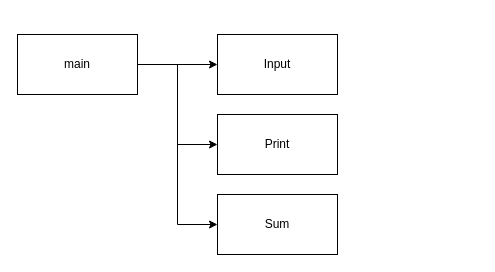
Before: Untitled Diagram.drawio in ZhurakovskyiArtem/lab_7.3i, a draw.io diagram. Source tidied: cells renumbered, new cells numbered last; positions are measured from the earlier drawing's top-left corner, leaving out a move shared by most shapes. Both pictures are drawn from the tidied source at 100%, with x=0, y=0 at pixel (17, 34).
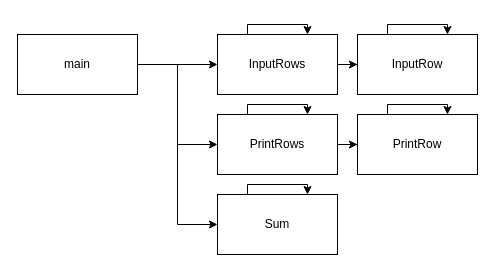
Above is the later version.

The change refers to these unchanged cells:
```xml
<mxCell id="2" value="Sum" style="rounded=0;whiteSpace=wrap;html=1;" parent="1" vertex="1">
  <mxGeometry x="200" y="160" width="120" height="60" as="geometry" />
</mxCell>
```

Diff of the diagram source:
```diff
@@
+    <mxCell id="9" style="edgeStyle=orthogonalEdgeStyle;rounded=0;jettySize=auto;html=1;" parent="1" edge="1" source="3" target="12">
+      <mxGeometry relative="1" as="geometry" />
+    </mxCell>
-    <mxCell id="3" value="Print" style="rounded=0;whiteSpace=wrap;html=1;" parent="1" vertex="1">
+    <mxCell id="3" value="PrintRows" style="rounded=0;whiteSpace=wrap;html=1;" parent="1" vertex="1">
       <mxGeometry x="200" y="80" width="120" height="60" as="geometry" />
     </mxCell>
+    <mxCell id="10" style="edgeStyle=orthogonalEdgeStyle;rounded=0;jettySize=auto;html=1;" parent="1" edge="1" source="4" target="11">
+      <mxGeometry relative="1" as="geometry" />
+    </mxCell>
-    <mxCell id="4" value="Input" style="rounded=0;whiteSpace=wrap;html=1;" parent="1" vertex="1">
+    <mxCell id="4" value="InputRows" style="rounded=0;whiteSpace=wrap;html=1;" parent="1" vertex="1">
       <mxGeometry x="200" width="120" height="60" as="geometry" />
     </mxCell>
@@
+    <mxCell id="11" value="InputRow" style="rounded=0;whiteSpace=wrap;html=1;" parent="1" vertex="1">
+      <mxGeometry x="340" width="120" height="60" as="geometry" />
+    </mxCell>
+    <mxCell id="12" value="PrintRow" style="rounded=0;whiteSpace=wrap;html=1;" parent="1" vertex="1">
+      <mxGeometry x="340" y="80" width="120" height="60" as="geometry" />
+    </mxCell>
+    <mxCell id="13" style="edgeStyle=orthogonalEdgeStyle;rounded=0;orthogonalLoop=1;jettySize=auto;html=1;exitX=0.25;exitY=0;exitDx=0;exitDy=0;entryX=0.75;entryY=0;entryDx=0;entryDy=0;" parent="1" edge="1" source="4" target="4">
+      <mxGeometry relative="1" as="geometry">
+        <Array as="points">
+          <mxPoint x="230" y="-10" />
+          <mxPoint x="290" y="-10" />
+        </Array>
+      </mxGeometry>
+    </mxCell>
+    <mxCell id="14" style="edgeStyle=orthogonalEdgeStyle;rounded=0;orthogonalLoop=1;jettySize=auto;html=1;exitX=0.25;exitY=0;exitDx=0;exitDy=0;entryX=0.75;entryY=0;entryDx=0;entryDy=0;" parent="1" edge="1" source="11" target="11">
+      <mxGeometry relative="1" as="geometry">
+        <Array as="points">
+          <mxPoint x="370" y="-10" />
+          <mxPoint x="430" y="-10" />
+        </Array>
+      </mxGeometry>
+    </mxCell>
+    <mxCell id="15" style="edgeStyle=orthogonalEdgeStyle;rounded=0;orthogonalLoop=1;jettySize=auto;html=1;exitX=0.25;exitY=0;exitDx=0;exitDy=0;entryX=0.75;entryY=0;entryDx=0;entryDy=0;" parent="1" edge="1" source="12" target="12">
+      <mxGeometry relative="1" as="geometry">
+        <Array as="points">
+          <mxPoint x="370" y="70" />
+          <mxPoint x="430" y="70" />
+        </Array>
+      </mxGeometry>
+    </mxCell>
+    <mxCell id="16" style="edgeStyle=orthogonalEdgeStyle;rounded=0;orthogonalLoop=1;jettySize=auto;html=1;exitX=0.25;exitY=0;exitDx=0;exitDy=0;entryX=0.75;entryY=0;entryDx=0;entryDy=0;" parent="1" edge="1" source="3" target="3">
+      <mxGeometry relative="1" as="geometry">
+        <Array as="points">
+          <mxPoint x="230" y="70" />
+          <mxPoint x="290" y="70" />
+        </Array>
+      </mxGeometry>
+    </mxCell>
+    <mxCell id="17" style="edgeStyle=orthogonalEdgeStyle;rounded=0;orthogonalLoop=1;jettySize=auto;html=1;exitX=0.25;exitY=0;exitDx=0;exitDy=0;entryX=0.75;entryY=0;entryDx=0;entryDy=0;" parent="1" edge="1" source="2" target="2">
+      <mxGeometry relative="1" as="geometry">
+        <Array as="points">
+          <mxPoint x="230" y="150" />
+          <mxPoint x="290" y="150" />
+        </Array>
+      </mxGeometry>
+    </mxCell>
```
